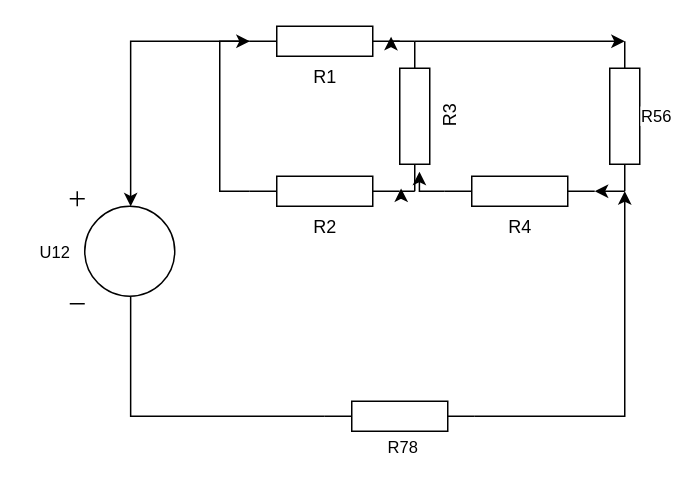
This is iel_proj.drawio from stofife/IUS, a draw.io file, before an edit. Source tidied: cells renumbered, new cells numbered last; positions are measured from the earlier drawing's top-left corner, leaving out a move shared by most shapes. Both pictures are drawn from the tidied source at 150%, with x=0, y=0 at pixel (69, 26).
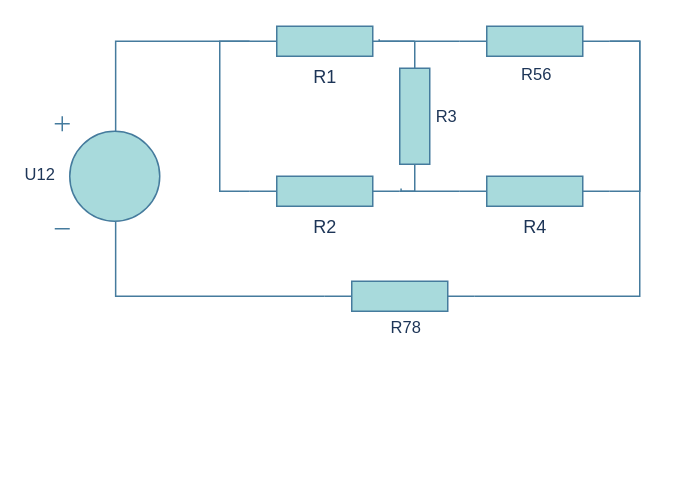
The same diagram, later.

Diff of the diagram source:
```diff
@@
-    <mxCell id="2" style="edgeStyle=orthogonalEdgeStyle;rounded=0;jettySize=auto;html=1;endArrow=none;endFill=0;entryX=0.58;entryY=0.935;entryDx=0;entryDy=0;entryPerimeter=0;" parent="1" edge="1" source="4" target="5">
+    <mxCell id="2" style="edgeStyle=orthogonalEdgeStyle;rounded=0;jettySize=auto;html=1;endArrow=none;endFill=0;entryX=0.58;entryY=0.935;entryDx=0;entryDy=0;entryPerimeter=0;labelBackgroundColor=none;strokeColor=#457B9D;fontColor=default;" parent="1" edge="1" source="4" target="5">
       <mxGeometry relative="1" as="geometry" />
     </mxCell>
-    <mxCell id="3" value="&lt;div&gt;U12&lt;/div&gt;" style="edgeLabel;html=1;align=center;verticalAlign=middle;" parent="2" vertex="1">
+    <mxCell id="3" value="&lt;div&gt;U12&lt;/div&gt;" style="edgeLabel;html=1;align=center;verticalAlign=middle;labelBackgroundColor=none;fontColor=#1D3557;" parent="2" vertex="1">
       <mxGeometry x="0.61" y="-1" relative="1" as="geometry">
-        <mxPoint x="-52" y="-71" as="offset" />
+        <mxPoint x="-52" y="-69" as="offset" />
       </mxGeometry>
     </mxCell>
-    <mxCell id="4" style="verticalLabelPosition=bottom;shadow=0;dashed=0;align=center;html=1;verticalAlign=top;shape=mxgraph.electrical.resistors.resistor_1;" parent="1" vertex="1">
-      <mxGeometry x="170" y="250" width="100" height="20" as="geometry" />
+    <mxCell id="4" style="verticalLabelPosition=bottom;shadow=0;dashed=0;align=center;html=1;verticalAlign=top;shape=mxgraph.electrical.resistors.resistor_1;labelBackgroundColor=none;fillColor=#A8DADC;strokeColor=#457B9D;fontColor=#1D3557;" parent="1" vertex="1">
+      <mxGeometry x="170" y="170" width="100" height="20" as="geometry" />
     </mxCell>
-    <mxCell id="5" style="verticalLabelPosition=bottom;shadow=0;dashed=0;align=center;html=1;verticalAlign=top;shape=mxgraph.electrical.signal_sources.dc_source_1;" parent="1" vertex="1">
-      <mxGeometry y="110" width="70" height="75" as="geometry" />
+    <mxCell id="5" style="verticalLabelPosition=bottom;shadow=0;dashed=0;align=center;html=1;verticalAlign=top;shape=mxgraph.electrical.signal_sources.dc_source_1;labelBackgroundColor=none;fillColor=#A8DADC;strokeColor=#457B9D;fontColor=#1D3557;" parent="1" vertex="1">
+      <mxGeometry x="-10" y="60" width="70" height="75" as="geometry" />
     </mxCell>
+    <mxCell id="21" style="edgeStyle=orthogonalEdgeStyle;rounded=0;jettySize=auto;html=1;exitX=1;exitY=0.5;exitDx=0;exitDy=0;exitPerimeter=0;strokeColor=#457B9D;fontColor=#1D3557;fillColor=#A8DADC;endArrow=none;endFill=0;" parent="1" edge="1" source="6" target="12">
+      <mxGeometry relative="1" as="geometry" />
+    </mxCell>
-    <mxCell id="6" style="verticalLabelPosition=bottom;shadow=0;dashed=0;align=center;html=1;verticalAlign=top;shape=mxgraph.electrical.resistors.resistor_1;rotation=-90;" parent="1" vertex="1">
-      <mxGeometry x="320" y="50" width="100" height="20" as="geometry" />
+    <mxCell id="6" style="verticalLabelPosition=bottom;shadow=0;dashed=0;align=center;html=1;verticalAlign=top;shape=mxgraph.electrical.resistors.resistor_1;rotation=-180;labelBackgroundColor=none;fillColor=#A8DADC;strokeColor=#457B9D;fontColor=#1D3557;" parent="1" vertex="1">
+      <mxGeometry x="260" width="100" height="20" as="geometry" />
     </mxCell>
+    <mxCell id="22" style="edgeStyle=orthogonalEdgeStyle;rounded=0;jettySize=auto;html=1;endArrow=none;endFill=0;labelBackgroundColor=none;strokeColor=#457B9D;fontColor=default;" parent="1" edge="1" source="7" target="11">
+      <mxGeometry relative="1" as="geometry" />
+    </mxCell>
-    <mxCell id="7" value="&lt;div&gt;R4&lt;/div&gt;" style="verticalLabelPosition=bottom;shadow=0;dashed=0;align=center;html=1;verticalAlign=top;shape=mxgraph.electrical.resistors.resistor_1;" parent="1" vertex="1">
-      <mxGeometry x="250" y="100" width="100" height="20" as="geometry" />
+    <mxCell id="7" value="&lt;div&gt;R4&lt;/div&gt;" style="verticalLabelPosition=bottom;shadow=0;dashed=0;align=center;html=1;verticalAlign=top;shape=mxgraph.electrical.resistors.resistor_1;labelBackgroundColor=none;fillColor=#A8DADC;strokeColor=#457B9D;fontColor=#1D3557;" parent="1" vertex="1">
+      <mxGeometry x="260" y="100" width="100" height="20" as="geometry" />
     </mxCell>
-    <mxCell id="8" style="edgeStyle=orthogonalEdgeStyle;rounded=0;jettySize=auto;html=1;exitX=1;exitY=0.5;exitDx=0;exitDy=0;exitPerimeter=0;entryX=1;entryY=0.5;entryDx=0;entryDy=0;entryPerimeter=0;" parent="1" edge="1" source="9" target="6">
-      <mxGeometry relative="1" as="geometry">
-        <Array as="points">
-          <mxPoint x="330" y="10" />
-          <mxPoint x="330" y="10" />
-        </Array>
-      </mxGeometry>
-    </mxCell>
-    <mxCell id="9" value="&lt;div&gt;R3&lt;/div&gt;" style="verticalLabelPosition=bottom;shadow=0;dashed=0;align=center;html=1;verticalAlign=top;shape=mxgraph.electrical.resistors.resistor_1;rotation=-90;" parent="1" vertex="1">
+    <mxCell id="9" style="verticalLabelPosition=bottom;shadow=0;dashed=0;align=center;html=1;verticalAlign=top;shape=mxgraph.electrical.resistors.resistor_1;rotation=-90;labelBackgroundColor=none;fillColor=#A8DADC;strokeColor=#457B9D;fontColor=#1D3557;" parent="1" vertex="1">
       <mxGeometry x="180" y="50" width="100" height="20" as="geometry" />
     </mxCell>
-    <mxCell id="10" style="edgeStyle=orthogonalEdgeStyle;rounded=0;jettySize=auto;html=1;entryX=0;entryY=0.5;entryDx=0;entryDy=0;entryPerimeter=0;exitX=0;exitY=0.5;exitDx=0;exitDy=0;exitPerimeter=0;" parent="1" edge="1" source="11" target="12">
+    <mxCell id="10" style="edgeStyle=orthogonalEdgeStyle;rounded=0;jettySize=auto;html=1;entryX=0;entryY=0.5;entryDx=0;entryDy=0;entryPerimeter=0;exitX=0;exitY=0.5;exitDx=0;exitDy=0;exitPerimeter=0;endArrow=none;endFill=0;labelBackgroundColor=none;strokeColor=#457B9D;fontColor=default;" parent="1" edge="1" source="11" target="12">
       <mxGeometry relative="1" as="geometry" />
     </mxCell>
-    <mxCell id="11" value="&lt;div&gt;R2&lt;/div&gt;" style="verticalLabelPosition=bottom;shadow=0;dashed=0;align=center;html=1;verticalAlign=top;shape=mxgraph.electrical.resistors.resistor_1;" parent="1" vertex="1">
+    <mxCell id="11" value="&lt;div&gt;R2&lt;/div&gt;" style="verticalLabelPosition=bottom;shadow=0;dashed=0;align=center;html=1;verticalAlign=top;shape=mxgraph.electrical.resistors.resistor_1;labelBackgroundColor=none;fillColor=#A8DADC;strokeColor=#457B9D;fontColor=#1D3557;" parent="1" vertex="1">
       <mxGeometry x="120" y="100" width="100" height="20" as="geometry" />
     </mxCell>
-    <mxCell id="12" value="&lt;div&gt;R1&lt;/div&gt;" style="verticalLabelPosition=bottom;shadow=0;dashed=0;align=center;html=1;verticalAlign=top;shape=mxgraph.electrical.resistors.resistor_1;" parent="1" vertex="1">
+    <mxCell id="12" value="&lt;div&gt;R1&lt;/div&gt;" style="verticalLabelPosition=bottom;shadow=0;dashed=0;align=center;html=1;verticalAlign=top;shape=mxgraph.electrical.resistors.resistor_1;labelBackgroundColor=none;fillColor=#A8DADC;strokeColor=#457B9D;fontColor=#1D3557;" parent="1" vertex="1">
       <mxGeometry x="120" width="100" height="20" as="geometry" />
     </mxCell>
-    <mxCell id="13" style="edgeStyle=orthogonalEdgeStyle;rounded=0;jettySize=auto;html=1;exitX=0;exitY=0.5;exitDx=0;exitDy=0;exitPerimeter=0;entryX=0.58;entryY=0.135;entryDx=0;entryDy=0;entryPerimeter=0;" parent="1" edge="1" source="12" target="5">
+    <mxCell id="13" style="edgeStyle=orthogonalEdgeStyle;rounded=0;jettySize=auto;html=1;exitX=0;exitY=0.5;exitDx=0;exitDy=0;exitPerimeter=0;entryX=0.58;entryY=0.135;entryDx=0;entryDy=0;entryPerimeter=0;endArrow=none;endFill=0;labelBackgroundColor=none;strokeColor=#457B9D;fontColor=default;" parent="1" edge="1" source="12" target="5">
       <mxGeometry relative="1" as="geometry" />
     </mxCell>
-    <mxCell id="14" style="edgeStyle=orthogonalEdgeStyle;rounded=0;orthogonalLoop=1;jettySize=auto;html=1;exitX=1;exitY=0.5;exitDx=0;exitDy=0;exitPerimeter=0;entryX=1.03;entryY=-0.289;entryDx=0;entryDy=0;entryPerimeter=0;" parent="1" edge="1" source="9" target="9">
+    <mxCell id="14" style="edgeStyle=orthogonalEdgeStyle;rounded=0;jettySize=auto;html=1;exitX=1;exitY=0.5;exitDx=0;exitDy=0;exitPerimeter=0;entryX=0.863;entryY=0.436;entryDx=0;entryDy=0;entryPerimeter=0;endArrow=none;endFill=0;labelBackgroundColor=none;strokeColor=#457B9D;fontColor=default;" parent="1" edge="1" source="9" target="12">
       <mxGeometry relative="1" as="geometry" />
     </mxCell>
-    <mxCell id="15" style="edgeStyle=orthogonalEdgeStyle;rounded=0;orthogonalLoop=1;jettySize=auto;html=1;exitX=0;exitY=0.5;exitDx=0;exitDy=0;exitPerimeter=0;entryX=0.019;entryY=0.044;entryDx=0;entryDy=0;entryPerimeter=0;" parent="1" edge="1" source="9" target="9">
+    <mxCell id="15" style="edgeStyle=orthogonalEdgeStyle;rounded=0;orthogonalLoop=1;jettySize=auto;html=1;exitX=0;exitY=0.5;exitDx=0;exitDy=0;exitPerimeter=0;entryX=0.019;entryY=0.044;entryDx=0;entryDy=0;entryPerimeter=0;endArrow=none;endFill=0;labelBackgroundColor=none;strokeColor=#457B9D;fontColor=default;" parent="1" edge="1" source="9" target="9">
       <mxGeometry relative="1" as="geometry" />
     </mxCell>
-    <mxCell id="16" style="edgeStyle=orthogonalEdgeStyle;rounded=0;jettySize=auto;html=1;exitX=0;exitY=0.5;exitDx=0;exitDy=0;exitPerimeter=0;entryX=0.13;entryY=0.656;entryDx=0;entryDy=0;entryPerimeter=0;" parent="1" edge="1" source="7" target="9">
-      <mxGeometry relative="1" as="geometry" />
-    </mxCell>
-    <mxCell id="17" style="edgeStyle=orthogonalEdgeStyle;rounded=0;jettySize=auto;html=1;exitX=0;exitY=0.5;exitDx=0;exitDy=0;exitPerimeter=0;entryX=1;entryY=0.5;entryDx=0;entryDy=0;entryPerimeter=0;" parent="1" edge="1" source="6" target="7">
+    <mxCell id="17" style="edgeStyle=orthogonalEdgeStyle;rounded=0;jettySize=auto;html=1;exitX=0;exitY=0.5;exitDx=0;exitDy=0;exitPerimeter=0;entryX=1;entryY=0.5;entryDx=0;entryDy=0;entryPerimeter=0;endArrow=none;endFill=0;labelBackgroundColor=none;strokeColor=#457B9D;fontColor=default;" parent="1" edge="1" source="6" target="7">
       <mxGeometry relative="1" as="geometry" />
     </mxCell>
-    <mxCell id="18" style="edgeStyle=orthogonalEdgeStyle;rounded=0;jettySize=auto;html=1;exitX=1;exitY=0.5;exitDx=0;exitDy=0;exitPerimeter=0;entryX=0;entryY=0.5;entryDx=0;entryDy=0;entryPerimeter=0;" parent="1" edge="1" source="4" target="6">
+    <mxCell id="18" style="edgeStyle=orthogonalEdgeStyle;rounded=0;jettySize=auto;html=1;exitX=1;exitY=0.5;exitDx=0;exitDy=0;exitPerimeter=0;entryX=0;entryY=0.5;entryDx=0;entryDy=0;entryPerimeter=0;endArrow=none;endFill=0;labelBackgroundColor=none;strokeColor=#457B9D;fontColor=default;" parent="1" edge="1" source="4" target="6">
       <mxGeometry relative="1" as="geometry" />
     </mxCell>
-    <mxCell id="19" value="R78" style="edgeLabel;html=1;align=center;verticalAlign=middle;" parent="18" vertex="1">
+    <mxCell id="19" value="R78" style="edgeLabel;html=1;align=center;verticalAlign=middle;labelBackgroundColor=none;fontColor=#1D3557;" parent="18" vertex="1">
       <mxGeometry x="-0.5" y="1" relative="1" as="geometry">
-        <mxPoint x="-112" y="21" as="offset" />
+        <mxPoint x="-122" y="21" as="offset" />
       </mxGeometry>
     </mxCell>
-    <mxCell id="20" value="&lt;div&gt;R56&lt;/div&gt;" style="edgeLabel;html=1;align=center;verticalAlign=middle;" parent="18" vertex="1">
+    <mxCell id="20" value="&lt;div&gt;R56&lt;/div&gt;" style="edgeLabel;html=1;align=center;verticalAlign=middle;labelBackgroundColor=none;fontColor=#1D3557;" parent="18" vertex="1">
       <mxGeometry x="0.79" y="-2" relative="1" as="geometry">
-        <mxPoint x="18" y="-77" as="offset" />
+        <mxPoint x="-72" y="10" as="offset" />
       </mxGeometry>
     </mxCell>
+    <mxCell id="23" value="R3" style="edgeLabel;html=1;align=center;verticalAlign=middle;fontColor=#1D3557;" parent="18" vertex="1">
+      <mxGeometry x="0.49" y="-1" relative="1" as="geometry">
+        <mxPoint x="-131" y="-7" as="offset" />
+      </mxGeometry>
+    </mxCell>
```
